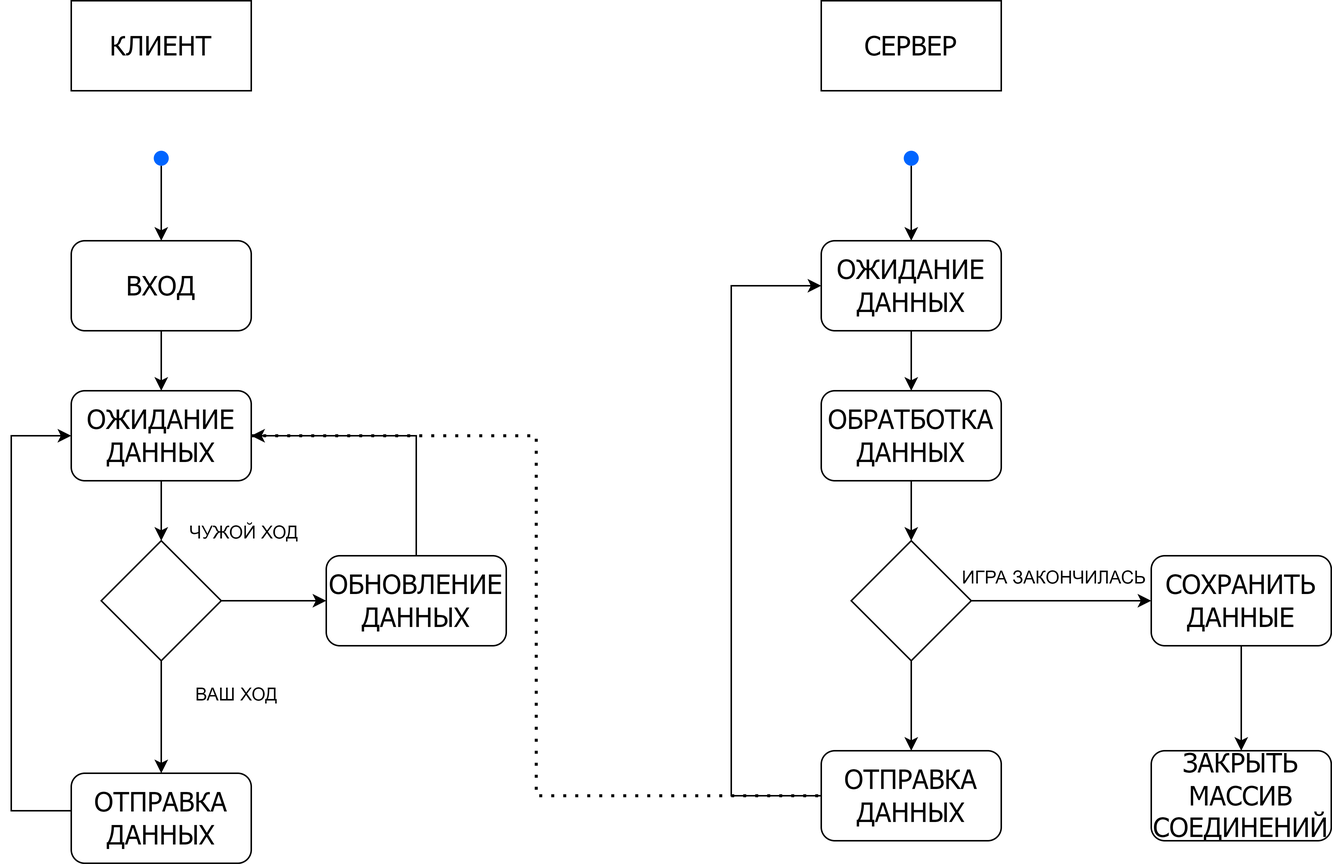
This is net-highlevel.png from LumateDev/Shakal-Game, a draw.io export, as it was before one commit. Source tidied: cells renumbered, new cells last; positions are measured from the earlier drawing's top-left corner, leaving out a move shared by most shapes.
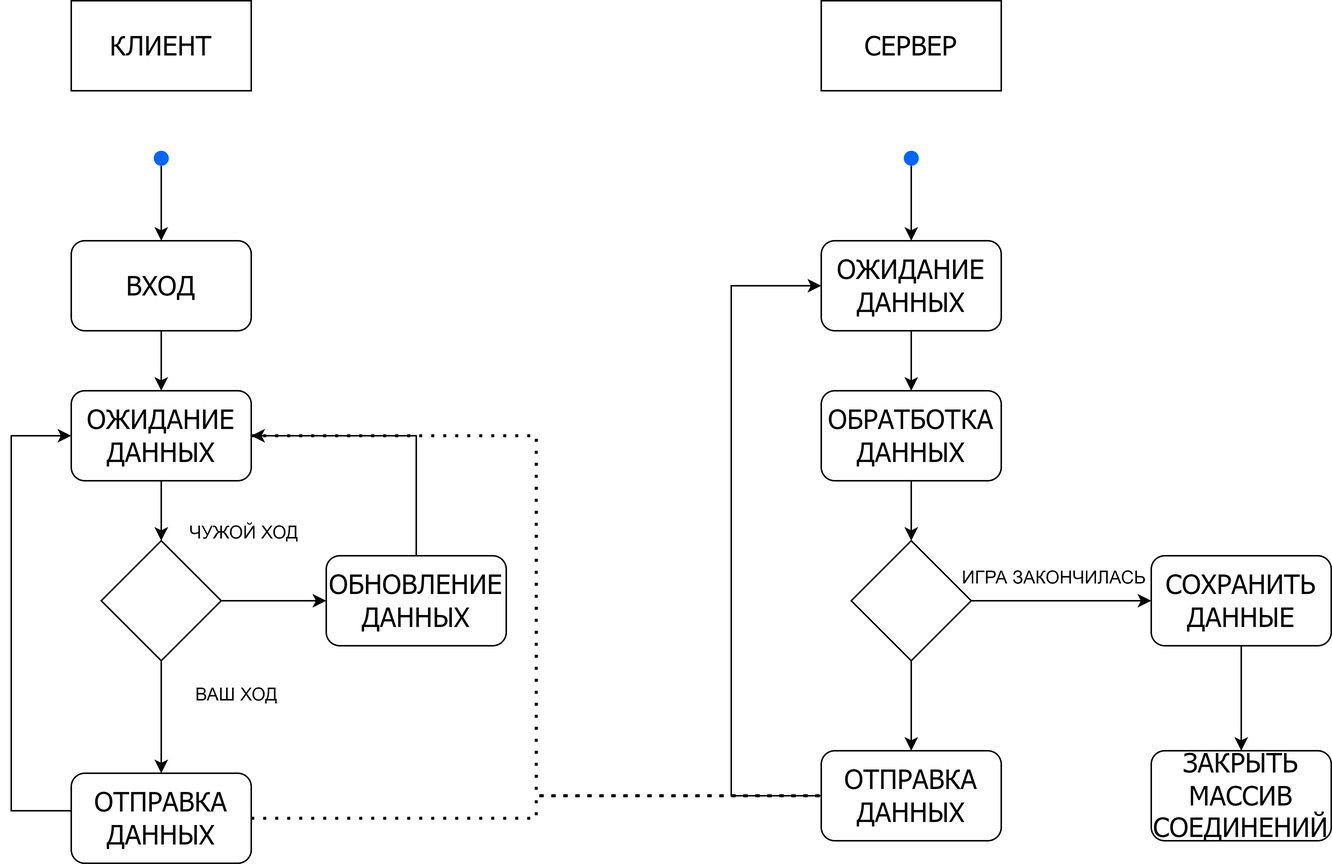
After the change.

Diff of the diagram source:
```diff
@@ -122,5 +122,13 @@
     <mxCell id="34" value="ЗАКРЫТЬ МАССИВ СОЕДИНЕНИЙ" style="rounded=1;whiteSpace=wrap;html=1;fontFamily=Tahoma;fontSize=18;" parent="1" vertex="1">
       <mxGeometry x="760" y="500" width="120" height="60" as="geometry" />
     </mxCell>
+    <mxCell id="35" style="endArrow=none;dashed=1;html=1;dashPattern=1 3;strokeWidth=2;rounded=0;exitX=1;exitY=0.5;exitDx=0;exitDy=0;entryX=0;entryY=0.5;entryDx=0;entryDy=0;" parent="1" edge="1" source="29" target="24">
+      <mxGeometry relative="1" as="geometry">
+        <Array as="points">
+          <mxPoint x="350" y="545" />
+          <mxPoint x="350" y="530" />
+        </Array>
+      </mxGeometry>
+    </mxCell>
   </root>
 </mxGraphModel>
```
